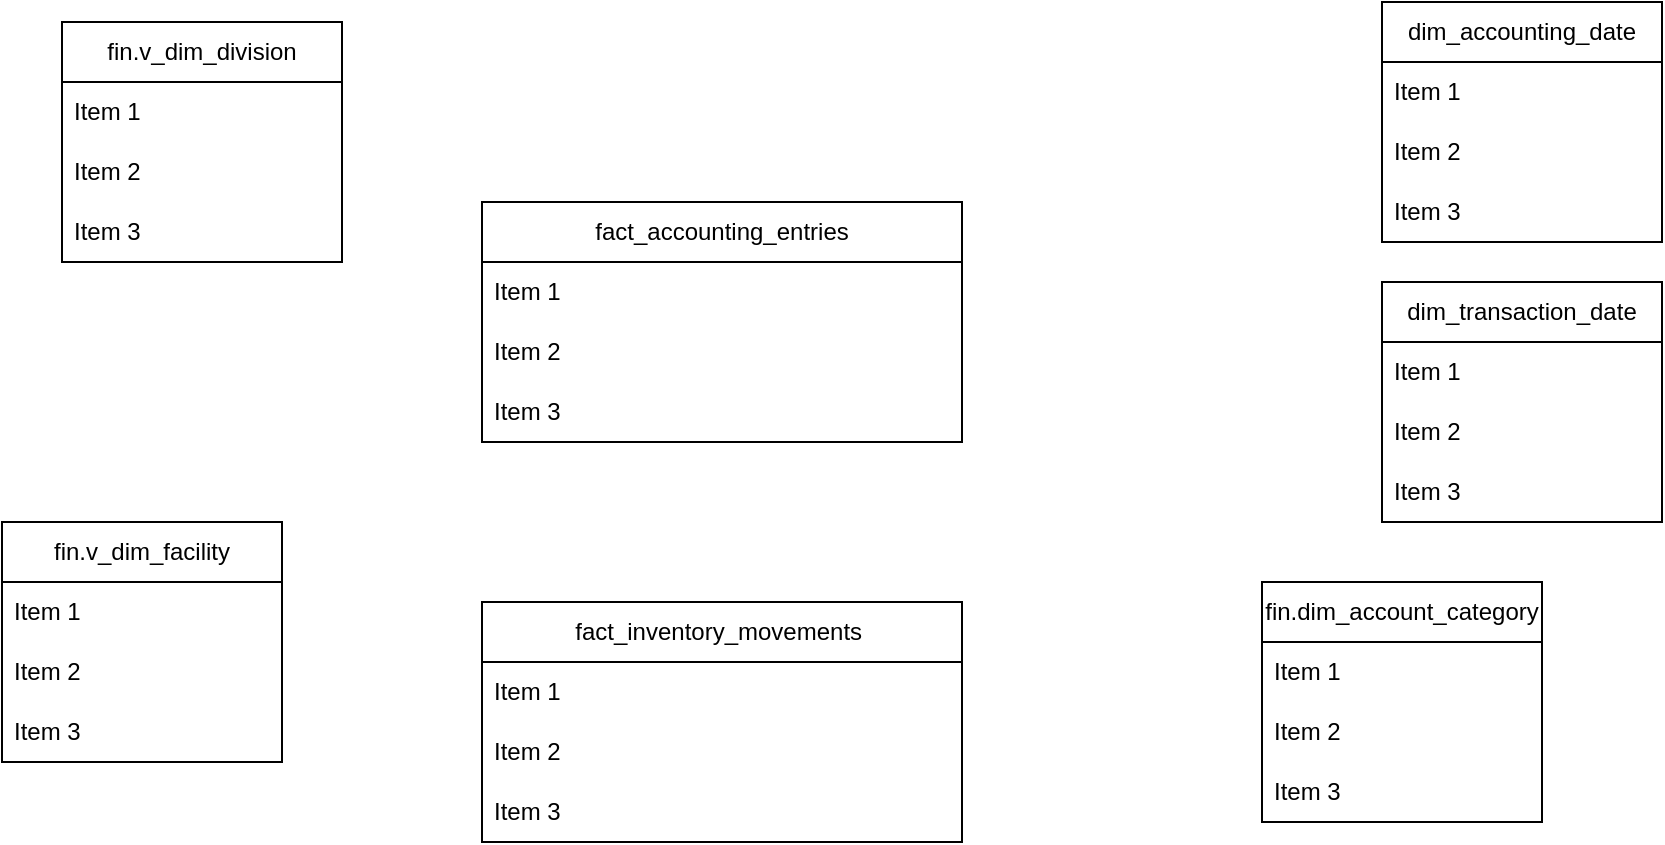
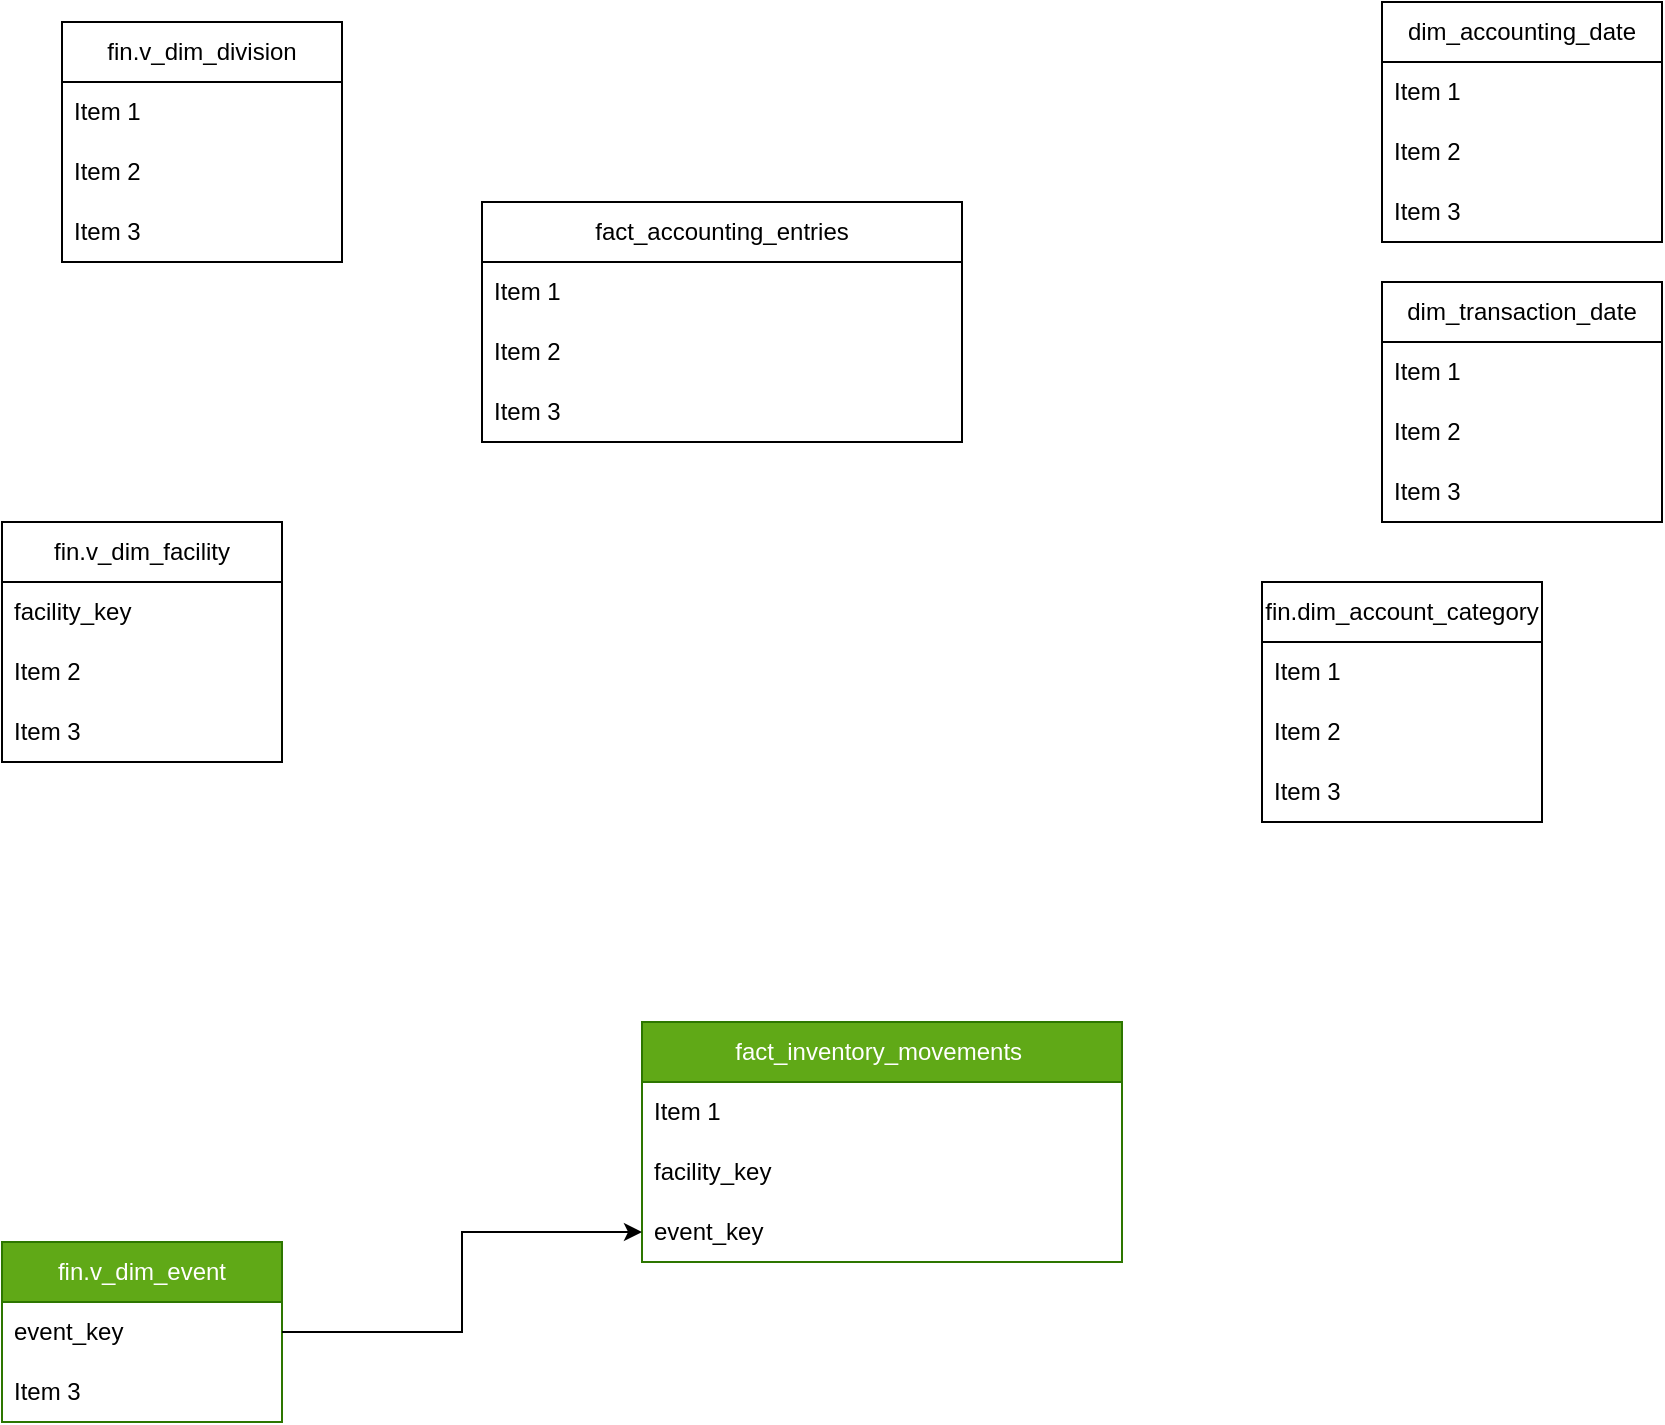
- <mxfile host="app.diagrams.net" agent="Mozilla/5.0 (Windows NT 10.0; Win64; x64) AppleWebKit/537.36 (KHTML, like Gecko) Chrome/143.0.0.0 Safari/537.36 Edg/143.0.0.0" version="29.3.2">
+ <mxfile host="app.diagrams.net" agent="Mozilla/5.0 (Windows NT 10.0; Win64; x64) AppleWebKit/537.36 (KHTML, like Gecko) Chrome/143.0.0.0 Safari/537.36 Edg/143.0.0.0">
  <diagram name="‫עמוד-1‬" id="PdrVueM17Vj-z-QwHRje">
-     <mxGraphModel dx="1418" dy="756" grid="1" gridSize="10" guides="1" tooltips="1" connect="1" arrows="1" fold="1" page="1" pageScale="1" pageWidth="850" pageHeight="1100" math="0" shadow="0">
+     <mxGraphModel dx="1406" dy="746" grid="1" gridSize="10" guides="1" tooltips="1" connect="1" arrows="1" fold="1" page="1" pageScale="1" pageWidth="850" pageHeight="1100" math="0" shadow="0">
      <root>
        <mxCell id="0" />
        <mxCell id="1" parent="0" />
        <mxCell id="olAgE7j3tHF-c6plTfwq-1" parent="1" style="swimlane;fontStyle=0;childLayout=stackLayout;horizontal=1;startSize=30;horizontalStack=0;resizeParent=1;resizeParentMax=0;resizeLast=0;collapsible=1;marginBottom=0;whiteSpace=wrap;html=1;" value="fact_accounting_entries" vertex="1">
          <mxGeometry height="120" width="240" x="400" y="210" as="geometry" />
        </mxCell>
        <mxCell id="olAgE7j3tHF-c6plTfwq-2" parent="olAgE7j3tHF-c6plTfwq-1" style="text;strokeColor=none;fillColor=none;align=left;verticalAlign=middle;spacingLeft=4;spacingRight=4;overflow=hidden;points=[[0,0.5],[1,0.5]];portConstraint=eastwest;rotatable=0;whiteSpace=wrap;html=1;" value="Item 1" vertex="1">
          <mxGeometry height="30" width="240" y="30" as="geometry" />
        </mxCell>
        <mxCell id="olAgE7j3tHF-c6plTfwq-3" parent="olAgE7j3tHF-c6plTfwq-1" style="text;strokeColor=none;fillColor=none;align=left;verticalAlign=middle;spacingLeft=4;spacingRight=4;overflow=hidden;points=[[0,0.5],[1,0.5]];portConstraint=eastwest;rotatable=0;whiteSpace=wrap;html=1;" value="Item 2" vertex="1">
          <mxGeometry height="30" width="240" y="60" as="geometry" />
        </mxCell>
        <mxCell id="olAgE7j3tHF-c6plTfwq-4" parent="olAgE7j3tHF-c6plTfwq-1" style="text;strokeColor=none;fillColor=none;align=left;verticalAlign=middle;spacingLeft=4;spacingRight=4;overflow=hidden;points=[[0,0.5],[1,0.5]];portConstraint=eastwest;rotatable=0;whiteSpace=wrap;html=1;" value="Item 3" vertex="1">
          <mxGeometry height="30" width="240" y="90" as="geometry" />
        </mxCell>
        <mxCell id="olAgE7j3tHF-c6plTfwq-5" parent="1" style="swimlane;fontStyle=0;childLayout=stackLayout;horizontal=1;startSize=30;horizontalStack=0;resizeParent=1;resizeParentMax=0;resizeLast=0;collapsible=1;marginBottom=0;whiteSpace=wrap;html=1;" value="dim_accounting_date" vertex="1">
          <mxGeometry height="120" width="140" x="850" y="110" as="geometry" />
        </mxCell>
        <mxCell id="olAgE7j3tHF-c6plTfwq-6" parent="olAgE7j3tHF-c6plTfwq-5" style="text;strokeColor=none;fillColor=none;align=left;verticalAlign=middle;spacingLeft=4;spacingRight=4;overflow=hidden;points=[[0,0.5],[1,0.5]];portConstraint=eastwest;rotatable=0;whiteSpace=wrap;html=1;" value="Item 1" vertex="1">
          <mxGeometry height="30" width="140" y="30" as="geometry" />
        </mxCell>
        <mxCell id="olAgE7j3tHF-c6plTfwq-7" parent="olAgE7j3tHF-c6plTfwq-5" style="text;strokeColor=none;fillColor=none;align=left;verticalAlign=middle;spacingLeft=4;spacingRight=4;overflow=hidden;points=[[0,0.5],[1,0.5]];portConstraint=eastwest;rotatable=0;whiteSpace=wrap;html=1;" value="Item 2" vertex="1">
          <mxGeometry height="30" width="140" y="60" as="geometry" />
        </mxCell>
        <mxCell id="olAgE7j3tHF-c6plTfwq-8" parent="olAgE7j3tHF-c6plTfwq-5" style="text;strokeColor=none;fillColor=none;align=left;verticalAlign=middle;spacingLeft=4;spacingRight=4;overflow=hidden;points=[[0,0.5],[1,0.5]];portConstraint=eastwest;rotatable=0;whiteSpace=wrap;html=1;" value="Item 3" vertex="1">
          <mxGeometry height="30" width="140" y="90" as="geometry" />
        </mxCell>
        <mxCell id="olAgE7j3tHF-c6plTfwq-9" parent="1" style="swimlane;fontStyle=0;childLayout=stackLayout;horizontal=1;startSize=30;horizontalStack=0;resizeParent=1;resizeParentMax=0;resizeLast=0;collapsible=1;marginBottom=0;whiteSpace=wrap;html=1;" value="fin.dim_account_category" vertex="1">
          <mxGeometry height="120" width="140" x="790" y="400" as="geometry" />
        </mxCell>
        <mxCell id="olAgE7j3tHF-c6plTfwq-10" parent="olAgE7j3tHF-c6plTfwq-9" style="text;strokeColor=none;fillColor=none;align=left;verticalAlign=middle;spacingLeft=4;spacingRight=4;overflow=hidden;points=[[0,0.5],[1,0.5]];portConstraint=eastwest;rotatable=0;whiteSpace=wrap;html=1;" value="Item 1" vertex="1">
          <mxGeometry height="30" width="140" y="30" as="geometry" />
        </mxCell>
        <mxCell id="olAgE7j3tHF-c6plTfwq-11" parent="olAgE7j3tHF-c6plTfwq-9" style="text;strokeColor=none;fillColor=none;align=left;verticalAlign=middle;spacingLeft=4;spacingRight=4;overflow=hidden;points=[[0,0.5],[1,0.5]];portConstraint=eastwest;rotatable=0;whiteSpace=wrap;html=1;" value="Item 2" vertex="1">
          <mxGeometry height="30" width="140" y="60" as="geometry" />
        </mxCell>
        <mxCell id="olAgE7j3tHF-c6plTfwq-12" parent="olAgE7j3tHF-c6plTfwq-9" style="text;strokeColor=none;fillColor=none;align=left;verticalAlign=middle;spacingLeft=4;spacingRight=4;overflow=hidden;points=[[0,0.5],[1,0.5]];portConstraint=eastwest;rotatable=0;whiteSpace=wrap;html=1;" value="Item 3" vertex="1">
          <mxGeometry height="30" width="140" y="90" as="geometry" />
        </mxCell>
        <mxCell id="olAgE7j3tHF-c6plTfwq-13" parent="1" style="swimlane;fontStyle=0;childLayout=stackLayout;horizontal=1;startSize=30;horizontalStack=0;resizeParent=1;resizeParentMax=0;resizeLast=0;collapsible=1;marginBottom=0;whiteSpace=wrap;html=1;" value="fin.v_dim_division" vertex="1">
          <mxGeometry height="120" width="140" x="190" y="120" as="geometry" />
        </mxCell>
        <mxCell id="olAgE7j3tHF-c6plTfwq-14" parent="olAgE7j3tHF-c6plTfwq-13" style="text;strokeColor=none;fillColor=none;align=left;verticalAlign=middle;spacingLeft=4;spacingRight=4;overflow=hidden;points=[[0,0.5],[1,0.5]];portConstraint=eastwest;rotatable=0;whiteSpace=wrap;html=1;" value="Item 1" vertex="1">
          <mxGeometry height="30" width="140" y="30" as="geometry" />
        </mxCell>
        <mxCell id="olAgE7j3tHF-c6plTfwq-15" parent="olAgE7j3tHF-c6plTfwq-13" style="text;strokeColor=none;fillColor=none;align=left;verticalAlign=middle;spacingLeft=4;spacingRight=4;overflow=hidden;points=[[0,0.5],[1,0.5]];portConstraint=eastwest;rotatable=0;whiteSpace=wrap;html=1;" value="Item 2" vertex="1">
          <mxGeometry height="30" width="140" y="60" as="geometry" />
        </mxCell>
        <mxCell id="olAgE7j3tHF-c6plTfwq-16" parent="olAgE7j3tHF-c6plTfwq-13" style="text;strokeColor=none;fillColor=none;align=left;verticalAlign=middle;spacingLeft=4;spacingRight=4;overflow=hidden;points=[[0,0.5],[1,0.5]];portConstraint=eastwest;rotatable=0;whiteSpace=wrap;html=1;" value="Item 3" vertex="1">
          <mxGeometry height="30" width="140" y="90" as="geometry" />
        </mxCell>
        <mxCell id="olAgE7j3tHF-c6plTfwq-17" parent="1" style="swimlane;fontStyle=0;childLayout=stackLayout;horizontal=1;startSize=30;horizontalStack=0;resizeParent=1;resizeParentMax=0;resizeLast=0;collapsible=1;marginBottom=0;whiteSpace=wrap;html=1;" value="dim_transaction_date" vertex="1">
          <mxGeometry height="120" width="140" x="850" y="250" as="geometry" />
        </mxCell>
        <mxCell id="olAgE7j3tHF-c6plTfwq-18" parent="olAgE7j3tHF-c6plTfwq-17" style="text;strokeColor=none;fillColor=none;align=left;verticalAlign=middle;spacingLeft=4;spacingRight=4;overflow=hidden;points=[[0,0.5],[1,0.5]];portConstraint=eastwest;rotatable=0;whiteSpace=wrap;html=1;" value="Item 1" vertex="1">
          <mxGeometry height="30" width="140" y="30" as="geometry" />
        </mxCell>
        <mxCell id="olAgE7j3tHF-c6plTfwq-19" parent="olAgE7j3tHF-c6plTfwq-17" style="text;strokeColor=none;fillColor=none;align=left;verticalAlign=middle;spacingLeft=4;spacingRight=4;overflow=hidden;points=[[0,0.5],[1,0.5]];portConstraint=eastwest;rotatable=0;whiteSpace=wrap;html=1;" value="Item 2" vertex="1">
          <mxGeometry height="30" width="140" y="60" as="geometry" />
        </mxCell>
        <mxCell id="olAgE7j3tHF-c6plTfwq-20" parent="olAgE7j3tHF-c6plTfwq-17" style="text;strokeColor=none;fillColor=none;align=left;verticalAlign=middle;spacingLeft=4;spacingRight=4;overflow=hidden;points=[[0,0.5],[1,0.5]];portConstraint=eastwest;rotatable=0;whiteSpace=wrap;html=1;" value="Item 3" vertex="1">
          <mxGeometry height="30" width="140" y="90" as="geometry" />
        </mxCell>
        <mxCell id="olAgE7j3tHF-c6plTfwq-21" parent="1" style="swimlane;fontStyle=0;childLayout=stackLayout;horizontal=1;startSize=30;horizontalStack=0;resizeParent=1;resizeParentMax=0;resizeLast=0;collapsible=1;marginBottom=0;whiteSpace=wrap;html=1;" value="fin.v_dim_facility" vertex="1">
          <mxGeometry height="120" width="140" x="160" y="370" as="geometry" />
        </mxCell>
-         <mxCell id="olAgE7j3tHF-c6plTfwq-22" parent="olAgE7j3tHF-c6plTfwq-21" style="text;strokeColor=none;fillColor=none;align=left;verticalAlign=middle;spacingLeft=4;spacingRight=4;overflow=hidden;points=[[0,0.5],[1,0.5]];portConstraint=eastwest;rotatable=0;whiteSpace=wrap;html=1;" value="Item 1" vertex="1">
+         <mxCell id="olAgE7j3tHF-c6plTfwq-22" parent="olAgE7j3tHF-c6plTfwq-21" style="text;strokeColor=none;fillColor=none;align=left;verticalAlign=middle;spacingLeft=4;spacingRight=4;overflow=hidden;points=[[0,0.5],[1,0.5]];portConstraint=eastwest;rotatable=0;whiteSpace=wrap;html=1;" value="facility_key" vertex="1">
          <mxGeometry height="30" width="140" y="30" as="geometry" />
        </mxCell>
        <mxCell id="olAgE7j3tHF-c6plTfwq-23" parent="olAgE7j3tHF-c6plTfwq-21" style="text;strokeColor=none;fillColor=none;align=left;verticalAlign=middle;spacingLeft=4;spacingRight=4;overflow=hidden;points=[[0,0.5],[1,0.5]];portConstraint=eastwest;rotatable=0;whiteSpace=wrap;html=1;" value="Item 2" vertex="1">
          <mxGeometry height="30" width="140" y="60" as="geometry" />
        </mxCell>
        <mxCell id="olAgE7j3tHF-c6plTfwq-24" parent="olAgE7j3tHF-c6plTfwq-21" style="text;strokeColor=none;fillColor=none;align=left;verticalAlign=middle;spacingLeft=4;spacingRight=4;overflow=hidden;points=[[0,0.5],[1,0.5]];portConstraint=eastwest;rotatable=0;whiteSpace=wrap;html=1;" value="Item 3" vertex="1">
          <mxGeometry height="30" width="140" y="90" as="geometry" />
        </mxCell>
-         <mxCell id="aZtguOTu-7mdIdFNGfYj-1" parent="1" style="swimlane;fontStyle=0;childLayout=stackLayout;horizontal=1;startSize=30;horizontalStack=0;resizeParent=1;resizeParentMax=0;resizeLast=0;collapsible=1;marginBottom=0;whiteSpace=wrap;html=1;" value="fact_inventory_movements&amp;nbsp;" vertex="1">
-           <mxGeometry height="120" width="240" x="400" y="410" as="geometry" />
+         <mxCell id="aZtguOTu-7mdIdFNGfYj-1" parent="1" style="swimlane;fontStyle=0;childLayout=stackLayout;horizontal=1;startSize=30;horizontalStack=0;resizeParent=1;resizeParentMax=0;resizeLast=0;collapsible=1;marginBottom=0;whiteSpace=wrap;html=1;fillColor=#60a917;fontColor=#ffffff;strokeColor=#2D7600;" value="fact_inventory_movements&amp;nbsp;" vertex="1">
+           <mxGeometry height="120" width="240" x="480" y="620" as="geometry" />
        </mxCell>
        <mxCell id="aZtguOTu-7mdIdFNGfYj-2" parent="aZtguOTu-7mdIdFNGfYj-1" style="text;strokeColor=none;fillColor=none;align=left;verticalAlign=middle;spacingLeft=4;spacingRight=4;overflow=hidden;points=[[0,0.5],[1,0.5]];portConstraint=eastwest;rotatable=0;whiteSpace=wrap;html=1;" value="Item 1" vertex="1">
          <mxGeometry height="30" width="240" y="30" as="geometry" />
        </mxCell>
-         <mxCell id="aZtguOTu-7mdIdFNGfYj-3" parent="aZtguOTu-7mdIdFNGfYj-1" style="text;strokeColor=none;fillColor=none;align=left;verticalAlign=middle;spacingLeft=4;spacingRight=4;overflow=hidden;points=[[0,0.5],[1,0.5]];portConstraint=eastwest;rotatable=0;whiteSpace=wrap;html=1;" value="Item 2" vertex="1">
+         <mxCell id="aZtguOTu-7mdIdFNGfYj-3" parent="aZtguOTu-7mdIdFNGfYj-1" style="text;strokeColor=none;fillColor=none;align=left;verticalAlign=middle;spacingLeft=4;spacingRight=4;overflow=hidden;points=[[0,0.5],[1,0.5]];portConstraint=eastwest;rotatable=0;whiteSpace=wrap;html=1;" value="facility_key" vertex="1">
          <mxGeometry height="30" width="240" y="60" as="geometry" />
        </mxCell>
-         <mxCell id="aZtguOTu-7mdIdFNGfYj-4" parent="aZtguOTu-7mdIdFNGfYj-1" style="text;strokeColor=none;fillColor=none;align=left;verticalAlign=middle;spacingLeft=4;spacingRight=4;overflow=hidden;points=[[0,0.5],[1,0.5]];portConstraint=eastwest;rotatable=0;whiteSpace=wrap;html=1;" value="Item 3" vertex="1">
+         <mxCell id="aZtguOTu-7mdIdFNGfYj-4" parent="aZtguOTu-7mdIdFNGfYj-1" style="text;strokeColor=none;fillColor=none;align=left;verticalAlign=middle;spacingLeft=4;spacingRight=4;overflow=hidden;points=[[0,0.5],[1,0.5]];portConstraint=eastwest;rotatable=0;whiteSpace=wrap;html=1;" value="&lt;div&gt;event_key&lt;/div&gt;" vertex="1">
          <mxGeometry height="30" width="240" y="90" as="geometry" />
+         </mxCell>
+         <mxCell id="deHl3b_oKUnVNJAQiucy-1" parent="1" style="swimlane;fontStyle=0;childLayout=stackLayout;horizontal=1;startSize=30;horizontalStack=0;resizeParent=1;resizeParentMax=0;resizeLast=0;collapsible=1;marginBottom=0;whiteSpace=wrap;html=1;fillColor=#60a917;fontColor=#ffffff;strokeColor=#2D7600;" value="fin.v_dim_event" vertex="1">
+           <mxGeometry height="90" width="140" x="160" y="730" as="geometry" />
+         </mxCell>
+         <mxCell id="deHl3b_oKUnVNJAQiucy-3" parent="deHl3b_oKUnVNJAQiucy-1" style="text;strokeColor=none;fillColor=none;align=left;verticalAlign=middle;spacingLeft=4;spacingRight=4;overflow=hidden;points=[[0,0.5],[1,0.5]];portConstraint=eastwest;rotatable=0;whiteSpace=wrap;html=1;" value="&lt;div&gt;event_key&lt;/div&gt;" vertex="1">
+           <mxGeometry height="30" width="140" y="30" as="geometry" />
+         </mxCell>
+         <mxCell id="deHl3b_oKUnVNJAQiucy-4" parent="deHl3b_oKUnVNJAQiucy-1" style="text;strokeColor=none;fillColor=none;align=left;verticalAlign=middle;spacingLeft=4;spacingRight=4;overflow=hidden;points=[[0,0.5],[1,0.5]];portConstraint=eastwest;rotatable=0;whiteSpace=wrap;html=1;" value="Item 3" vertex="1">
+           <mxGeometry height="30" width="140" y="60" as="geometry" />
+         </mxCell>
+         <mxCell id="deHl3b_oKUnVNJAQiucy-5" edge="1" parent="1" source="deHl3b_oKUnVNJAQiucy-3" style="edgeStyle=orthogonalEdgeStyle;rounded=0;orthogonalLoop=1;jettySize=auto;html=1;" target="aZtguOTu-7mdIdFNGfYj-4">
+           <mxGeometry relative="1" as="geometry" />
        </mxCell>
      </root>
    </mxGraphModel>
  </diagram>
</mxfile>
